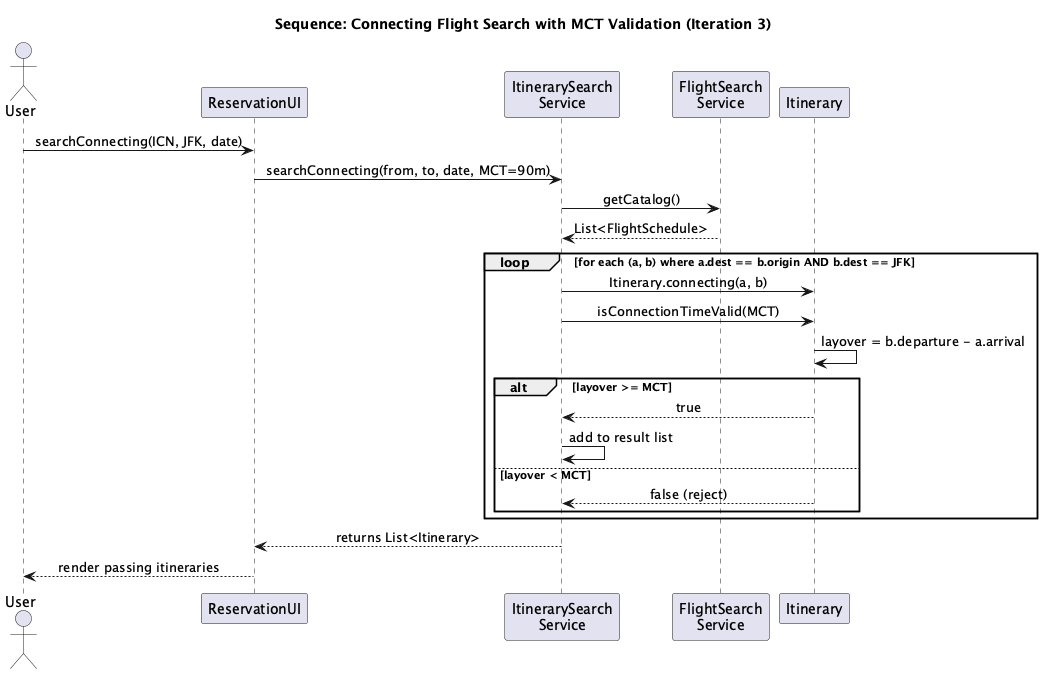
The PlantUML diagram docs/diagrams/iter3-puml/sequence-connecting-search.png in gimjungwook/KoreanAirReservationDomain, before a commit.
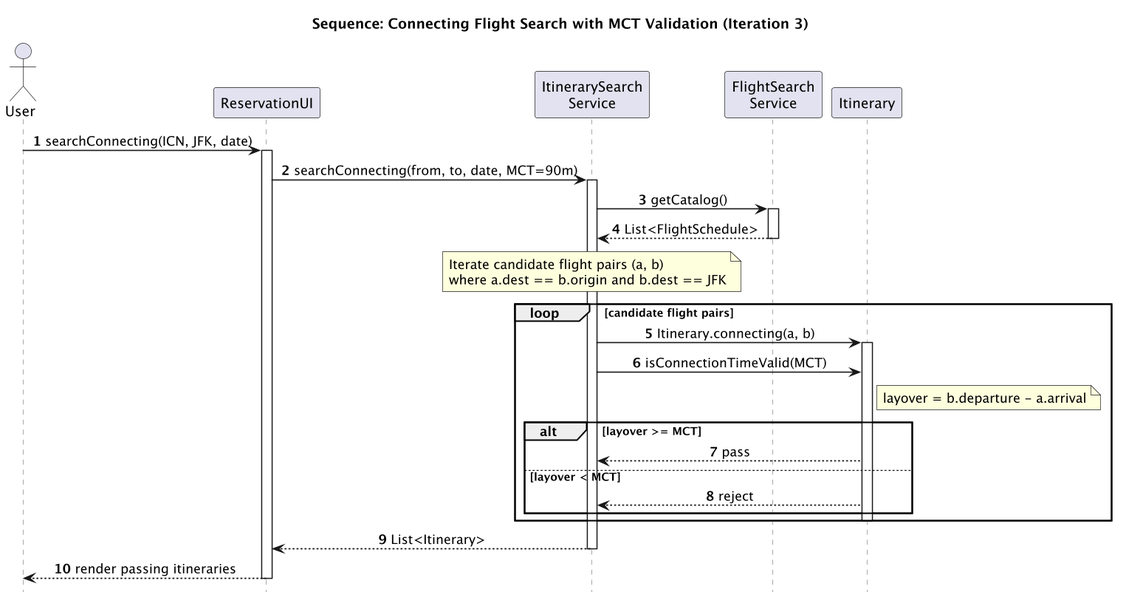
The same file after the commit.

Diff of the diagram source:
```diff
@@ -1,7 +1,13 @@
 @startuml sequence-connecting-search
 title Sequence: Connecting Flight Search with MCT Validation (Iteration 3)
 skinparam sequenceMessageAlign center
-skinparam sequenceFontSize 12
+skinparam sequenceFontSize 11
+skinparam shadowing false
+skinparam dpi 130
+skinparam sequenceArrowThickness 1.2
+skinparam sequenceLifeLineBorderColor #888
+hide footbox
+autonumber
 
 actor User
 participant "ReservationUI" as UI
@@ -10,22 +16,36 @@
 participant "Itinerary" as It
 
 User -> UI : searchConnecting(ICN, JFK, date)
+activate UI
 UI -> ISS : searchConnecting(from, to, date, MCT=90m)
+activate ISS
 ISS -> FSS : getCatalog()
+activate FSS
 FSS --> ISS : List<FlightSchedule>
+deactivate FSS
 
-loop for each (a, b) where a.dest == b.origin AND b.dest == JFK
+note over ISS
+  Iterate candidate flight pairs (a, b)
+  where a.dest == b.origin and b.dest == JFK
+end note
+
+loop candidate flight pairs
   ISS -> It : Itinerary.connecting(a, b)
+  activate It
   ISS -> It : isConnectionTimeValid(MCT)
-  It -> It : layover = b.departure - a.arrival
+  note right of It
+    layover = b.departure - a.arrival
+  end note
   alt layover >= MCT
-    It --> ISS : true
-    ISS -> ISS : add to result list
+    It --> ISS : pass
   else layover < MCT
-    It --> ISS : false (reject)
+    It --> ISS : reject
   end
+  deactivate It
 end
 
-ISS --> UI : returns List<Itinerary>
+ISS --> UI : List<Itinerary>
+deactivate ISS
 UI --> User : render passing itineraries
+deactivate UI
 @enduml
```
